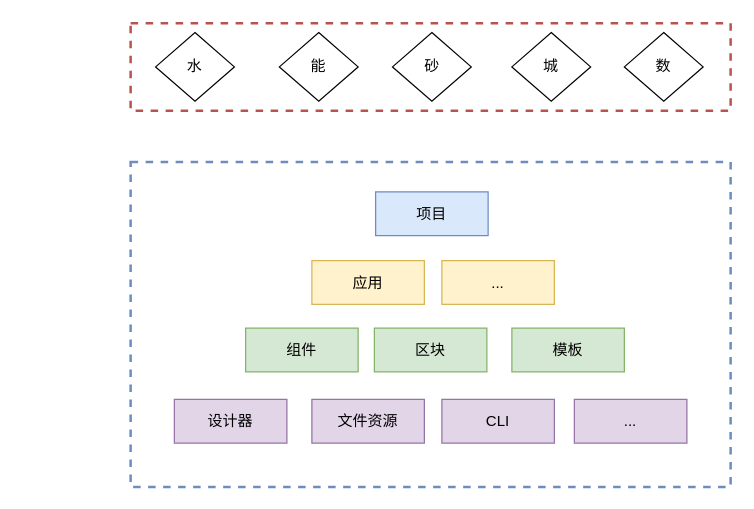
Earlier version of the draw.io diagram 低代码——金字塔结构成果复用.drawio (tangyaosimida/love). Source tidied: cells renumbered, new cells numbered last; positions are measured from the earlier drawing's top-left corner, leaving out a move shared by most shapes. Both pictures are drawn from the tidied source at 125%, with x=0, y=0 at pixel (130, 22).
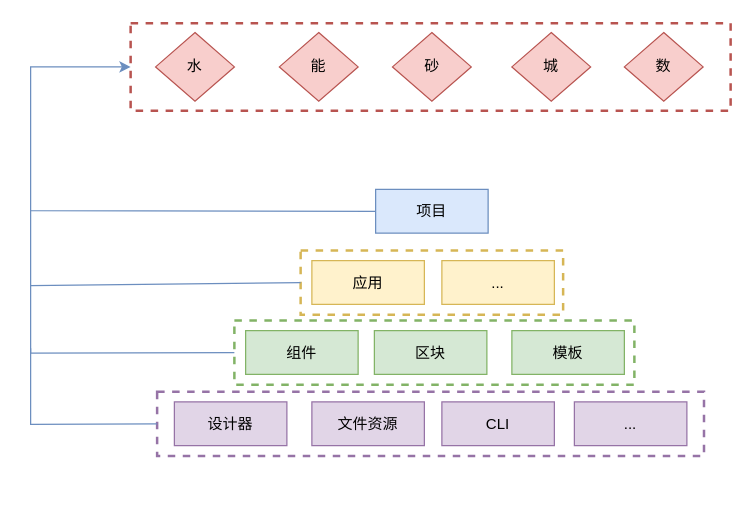
The same page after the edit.

Commit message (it also covers changes not shown here):
更新低代码——金字塔结构成果复用.drawio

Unchanged cells that the change refers to:
```xml
<mxCell id="2" style="rounded=0;whiteSpace=wrap;html=1;fillColor=none;strokeColor=#b85450;strokeWidth=2;dashed=1;" parent="1" vertex="1">
  <mxGeometry width="480" height="70" as="geometry" />
</mxCell>
```

Diff of the diagram source:
```diff
@@
-    <mxCell id="3" style="rounded=0;whiteSpace=wrap;html=1;fillColor=none;strokeColor=#6c8ebf;dashed=1;strokeWidth=2;" parent="1" vertex="1">
-      <mxGeometry y="111" width="480" height="260" as="geometry" />
-    </mxCell>
     <mxCell id="4" value="设计器" style="rounded=0;whiteSpace=wrap;html=1;fillColor=#e1d5e7;strokeColor=#9673a6;" parent="1" vertex="1">
-      <mxGeometry x="35" y="301" width="90" height="35" as="geometry" />
+      <mxGeometry x="35" y="303" width="90" height="35" as="geometry" />
     </mxCell>
     <mxCell id="5" value="文件资源" style="rounded=0;whiteSpace=wrap;html=1;fillColor=#e1d5e7;strokeColor=#9673a6;" parent="1" vertex="1">
-      <mxGeometry x="145" y="301" width="90" height="35" as="geometry" />
+      <mxGeometry x="145" y="303" width="90" height="35" as="geometry" />
     </mxCell>
     <mxCell id="6" value="CLI" style="rounded=0;whiteSpace=wrap;html=1;fillColor=#e1d5e7;strokeColor=#9673a6;" parent="1" vertex="1">
-      <mxGeometry x="249" y="301" width="90" height="35" as="geometry" />
+      <mxGeometry x="249" y="303" width="90" height="35" as="geometry" />
     </mxCell>
     <mxCell id="7" value="..." style="rounded=0;whiteSpace=wrap;html=1;fillColor=#e1d5e7;strokeColor=#9673a6;" parent="1" vertex="1">
-      <mxGeometry x="355" y="301" width="90" height="35" as="geometry" />
+      <mxGeometry x="355" y="303" width="90" height="35" as="geometry" />
     </mxCell>
     <mxCell id="8" value="组件" style="rounded=0;whiteSpace=wrap;html=1;fillColor=#d5e8d4;strokeColor=#82b366;" parent="1" vertex="1">
-      <mxGeometry x="92" y="244" width="90" height="35" as="geometry" />
+      <mxGeometry x="92" y="246" width="90" height="35" as="geometry" />
     </mxCell>
     <mxCell id="9" value="区块" style="rounded=0;whiteSpace=wrap;html=1;fillColor=#d5e8d4;strokeColor=#82b366;" parent="1" vertex="1">
-      <mxGeometry x="195" y="244" width="90" height="35" as="geometry" />
+      <mxGeometry x="195" y="246" width="90" height="35" as="geometry" />
     </mxCell>
     <mxCell id="10" value="模板" style="rounded=0;whiteSpace=wrap;html=1;fillColor=#d5e8d4;strokeColor=#82b366;" parent="1" vertex="1">
-      <mxGeometry x="305" y="244" width="90" height="35" as="geometry" />
+      <mxGeometry x="305" y="246" width="90" height="35" as="geometry" />
     </mxCell>
@@
     <mxCell id="13" value="项目" style="rounded=0;whiteSpace=wrap;html=1;fillColor=#dae8fc;strokeColor=#6c8ebf;" parent="1" vertex="1">
-      <mxGeometry x="196" y="135" width="90" height="35" as="geometry" />
+      <mxGeometry x="196" y="133" width="90" height="35" as="geometry" />
     </mxCell>
-    <mxCell id="14" value="水" style="rhombus;whiteSpace=wrap;html=1;" parent="1" vertex="1">
+    <mxCell id="14" value="水" style="rhombus;whiteSpace=wrap;html=1;fillColor=#f8cecc;strokeColor=#b85450;" parent="1" vertex="1">
       <mxGeometry x="20" y="7.5" width="63" height="55" as="geometry" />
     </mxCell>
-    <mxCell id="15" value="砂" style="rhombus;whiteSpace=wrap;html=1;" parent="1" vertex="1">
+    <mxCell id="15" value="砂" style="rhombus;whiteSpace=wrap;html=1;fillColor=#f8cecc;strokeColor=#b85450;" parent="1" vertex="1">
       <mxGeometry x="209.5" y="7.5" width="63" height="55" as="geometry" />
     </mxCell>
-    <mxCell id="16" value="数" style="rhombus;whiteSpace=wrap;html=1;" parent="1" vertex="1">
+    <mxCell id="16" value="数" style="rhombus;whiteSpace=wrap;html=1;fillColor=#f8cecc;strokeColor=#b85450;" parent="1" vertex="1">
       <mxGeometry x="395" y="7.5" width="63" height="55" as="geometry" />
     </mxCell>
-    <mxCell id="17" value="城" style="rhombus;whiteSpace=wrap;html=1;" parent="1" vertex="1">
+    <mxCell id="17" value="城" style="rhombus;whiteSpace=wrap;html=1;fillColor=#f8cecc;strokeColor=#b85450;" parent="1" vertex="1">
       <mxGeometry x="305" y="7.5" width="63" height="55" as="geometry" />
     </mxCell>
-    <mxCell id="18" value="能" style="rhombus;whiteSpace=wrap;html=1;" parent="1" vertex="1">
+    <mxCell id="18" value="能" style="rhombus;whiteSpace=wrap;html=1;fillColor=#f8cecc;strokeColor=#b85450;" parent="1" vertex="1">
       <mxGeometry x="119" y="7.5" width="63" height="55" as="geometry" />
     </mxCell>
+    <mxCell id="19" style="endArrow=classic;html=1;rounded=0;exitX=0;exitY=0.5;exitDx=0;exitDy=0;entryX=0;entryY=0.5;entryDx=0;entryDy=0;fillColor=#dae8fc;strokeColor=#6c8ebf;" parent="1" edge="1" source="13" target="2">
+      <mxGeometry relative="1" as="geometry">
+        <Array as="points">
+          <mxPoint x="-80" y="150" />
+          <mxPoint x="-80" y="35" />
+        </Array>
+      </mxGeometry>
+    </mxCell>
+    <mxCell id="20" style="rounded=0;whiteSpace=wrap;html=1;fillColor=none;strokeColor=#d6b656;dashed=1;strokeWidth=2;" parent="1" vertex="1">
+      <mxGeometry x="136" y="181.8" width="210" height="51.5" as="geometry" />
+    </mxCell>
+    <mxCell id="21" style="rounded=0;whiteSpace=wrap;html=1;fillColor=none;strokeColor=#82b366;dashed=1;strokeWidth=2;" parent="1" vertex="1">
+      <mxGeometry x="83" y="237.8" width="320" height="51.5" as="geometry" />
+    </mxCell>
+    <mxCell id="22" style="rounded=0;whiteSpace=wrap;html=1;fillColor=none;strokeColor=#9673a6;dashed=1;strokeWidth=2;" parent="1" vertex="1">
+      <mxGeometry x="21.2" y="294.8" width="437.5" height="51.5" as="geometry" />
+    </mxCell>
+    <mxCell id="23" style="endArrow=none;html=1;rounded=0;exitX=0;exitY=0.5;exitDx=0;exitDy=0;fillColor=#dae8fc;strokeColor=#6c8ebf;" parent="1" edge="1" source="20">
+      <mxGeometry relative="1" as="geometry">
+        <mxPoint x="-80" y="150" as="targetPoint" />
+        <Array as="points">
+          <mxPoint x="-80" y="210" />
+        </Array>
+      </mxGeometry>
+    </mxCell>
+    <mxCell id="24" style="endArrow=none;html=1;rounded=0;exitX=0;exitY=0.5;exitDx=0;exitDy=0;fillColor=#dae8fc;strokeColor=#6c8ebf;" parent="1" edge="1" source="21">
+      <mxGeometry relative="1" as="geometry">
+        <mxPoint x="-80" y="210" as="targetPoint" />
+        <Array as="points">
+          <mxPoint x="-80" y="264" />
+        </Array>
+      </mxGeometry>
+    </mxCell>
+    <mxCell id="25" style="endArrow=none;html=1;rounded=0;entryX=0;entryY=0.5;entryDx=0;entryDy=0;fillColor=#dae8fc;strokeColor=#6c8ebf;" parent="1" edge="1" target="22">
+      <mxGeometry relative="1" as="geometry">
+        <mxPoint x="-80" y="260" as="sourcePoint" />
+        <Array as="points">
+          <mxPoint x="-80" y="321" />
+        </Array>
+      </mxGeometry>
+    </mxCell>
```
